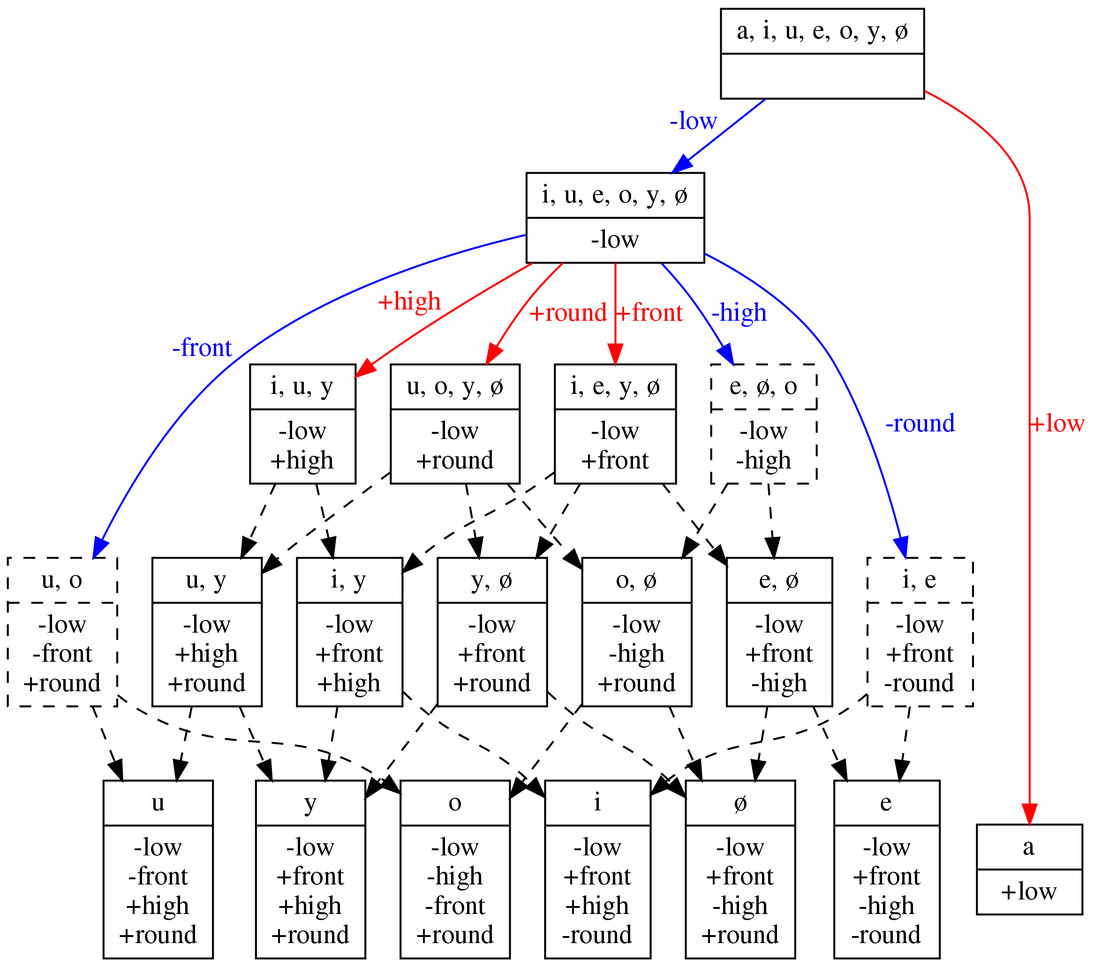
Above: squib/diagrams/vowel_inventory_ic_FEATURAL.png in rdaland/Pheatures (Graphviz), before the change. Its source is kept beside it as squib/diagrams/vowel_inventory_ic_FEATURAL.gv.
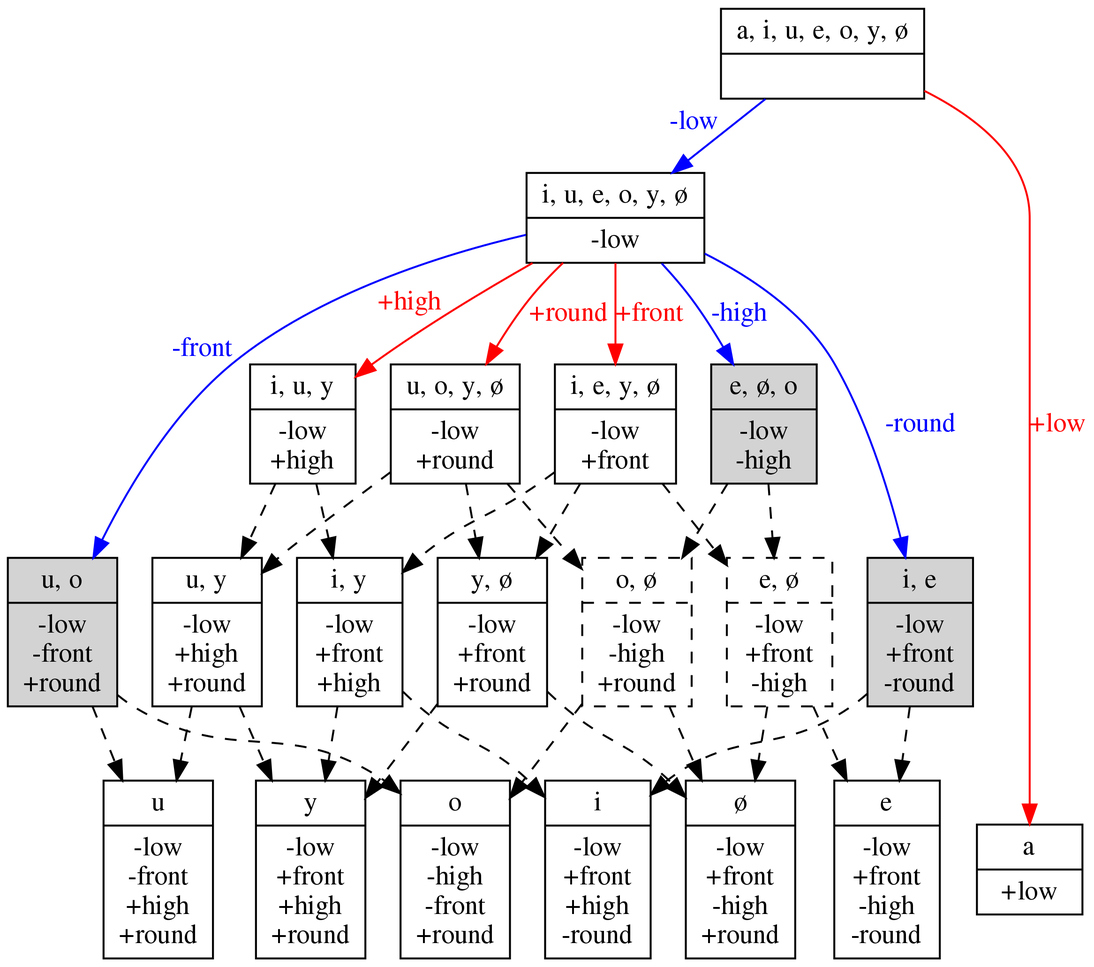
Later version of the same file.

Diff of the diagram source:
```diff
@@ -15,11 +15,11 @@
 	12 [label="{<segs> y, ø |<feats> -low\n+front\n+round }",shape=record]
 	13 [label="{<segs> i, y |<feats> -low\n+front\n+high }",shape=record]
 	14 [label="{<segs> u, y |<feats> -low\n+high\n+round }",shape=record]
-	15 [label="{<segs> u, o |<feats> -low\n-front\n+round }",shape=record,style=dashed]
-	16 [label="{<segs> i, e |<feats> -low\n+front\n-round }",shape=record,style=dashed]
-	17 [label="{<segs> e, ø, o |<feats> -low\n-high }",shape=record,style=dashed]
-	18 [label="{<segs> e, ø |<feats> -low\n+front\n-high }",shape=record]
-	19 [label="{<segs> o, ø |<feats> -low\n-high\n+round }",shape=record]
+	15 [label="{<segs> u, o |<feats> -low\n-front\n+round }",shape=record,style=filled]
+	16 [label="{<segs> i, e |<feats> -low\n+front\n-round }",shape=record,style=filled]
+	17 [label="{<segs> e, ø, o |<feats> -low\n-high }",shape=record,style=filled]
+	18 [label="{<segs> e, ø |<feats> -low\n+front\n-high }",shape=record, style=dashed]
+	19 [label="{<segs> o, ø |<feats> -low\n-high\n+round }",shape=record, style=dashed]
 
 	0 -> 1 [xlabel="-low",fontcolor=blue,color=blue]
 	0 -> 11	[label="+low",fontcolor=red,color=red]
```
